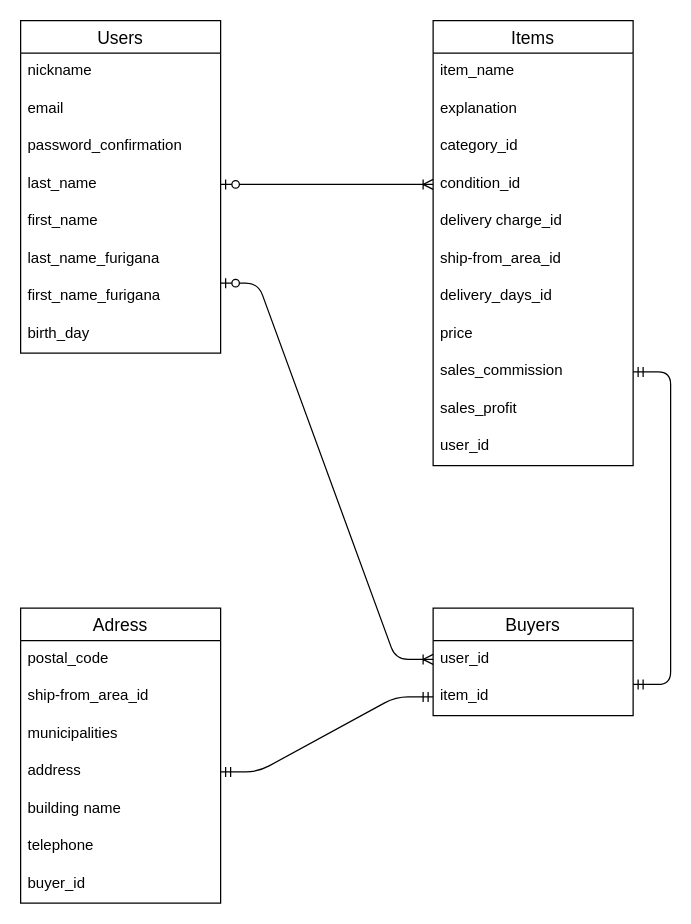
This is test.dio from yokomixi1031/furima-37214, a draw.io file, before an edit. Source tidied: cells renumbered, new cells numbered last; positions are measured from the earlier drawing's top-left corner, leaving out a move shared by most shapes. Both pictures are drawn from the tidied source at 125%, with x=0, y=0 at pixel (20, 20).
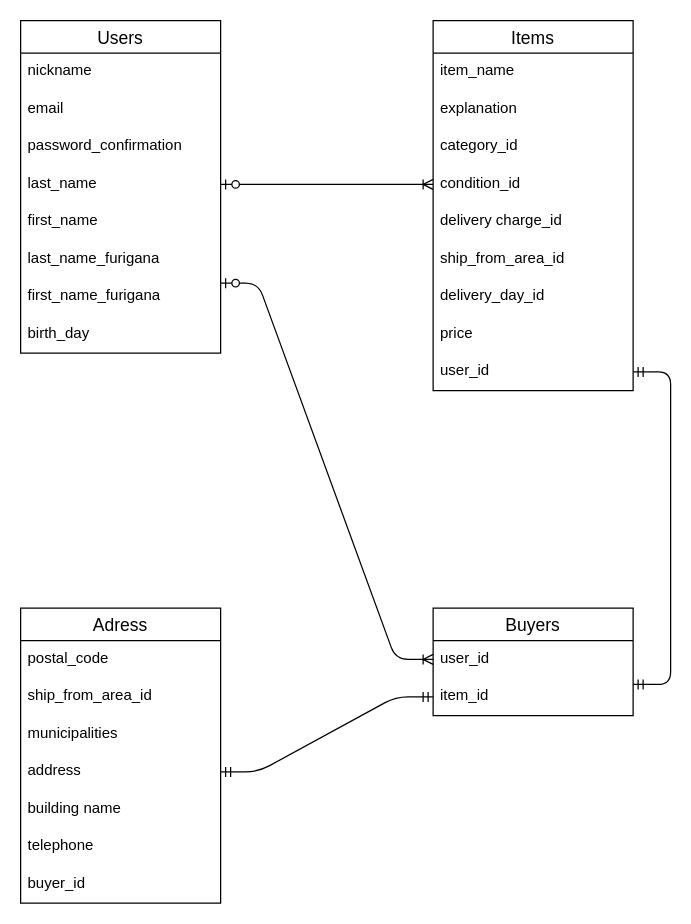
Above is the later version.

The change refers to these unchanged cells:
```xml
<mxCell id="23" value="Adress" style="swimlane;fontStyle=0;horizontal=1;startSize=26;align=center;fontSize=14;" parent="1" vertex="1">
  <mxGeometry y="470" width="160" height="236" as="geometry" />
</mxCell>
```

The edit, as a diff of the source:
```diff
@@
     <mxCell id="11" value="Items" style="swimlane;fontStyle=0;horizontal=1;startSize=26;align=center;fontSize=14;" parent="1" vertex="1">
-      <mxGeometry x="330" width="160" height="356" as="geometry" />
+      <mxGeometry x="330" width="160" height="296" as="geometry" />
     </mxCell>
@@
-    <mxCell id="17" value="ship-from_area_id" style="text;strokeColor=none;fillColor=none;spacingLeft=4;spacingRight=4;overflow=hidden;fontSize=12;" parent="11" vertex="1">
+    <mxCell id="17" value="ship_from_area_id" style="text;strokeColor=none;fillColor=none;spacingLeft=4;spacingRight=4;overflow=hidden;fontSize=12;" parent="11" vertex="1">
       <mxGeometry y="176" width="160" height="30" as="geometry" />
     </mxCell>
-    <mxCell id="18" value="delivery_days_id" style="text;strokeColor=none;fillColor=none;spacingLeft=4;spacingRight=4;overflow=hidden;fontSize=12;" parent="11" vertex="1">
+    <mxCell id="18" value="delivery_day_id" style="text;strokeColor=none;fillColor=none;spacingLeft=4;spacingRight=4;overflow=hidden;fontSize=12;" parent="11" vertex="1">
       <mxGeometry y="206" width="160" height="30" as="geometry" />
     </mxCell>
@@
-    <mxCell id="20" value="sales_commission" style="text;strokeColor=none;fillColor=none;spacingLeft=4;spacingRight=4;overflow=hidden;points=[[0,0.5],[1,0.5]];portConstraint=eastwest;fontSize=12;" parent="11" vertex="1">
-      <mxGeometry y="266" width="160" height="30" as="geometry" />
-    </mxCell>
-    <mxCell id="21" value="sales_profit" style="text;strokeColor=none;fillColor=none;spacingLeft=4;spacingRight=4;overflow=hidden;fontSize=12;" parent="11" vertex="1">
-      <mxGeometry y="296" width="160" height="30" as="geometry" />
-    </mxCell>
     <mxCell id="22" value="user_id" style="text;strokeColor=none;fillColor=none;spacingLeft=4;spacingRight=4;overflow=hidden;points=[[0,0.5],[1,0.5]];portConstraint=eastwest;fontSize=12;" parent="11" vertex="1">
-      <mxGeometry y="326" width="160" height="30" as="geometry" />
+      <mxGeometry y="266" width="160" height="30" as="geometry" />
     </mxCell>
@@
-    <mxCell id="25" value="ship-from_area_id" style="text;strokeColor=none;fillColor=none;spacingLeft=4;spacingRight=4;overflow=hidden;fontSize=12;" parent="23" vertex="1">
+    <mxCell id="25" value="ship_from_area_id" style="text;strokeColor=none;fillColor=none;spacingLeft=4;spacingRight=4;overflow=hidden;fontSize=12;" parent="23" vertex="1">
       <mxGeometry y="56" width="160" height="30" as="geometry" />
     </mxCell>
@@
-    <mxCell id="36" style="edgeStyle=entityRelationEdgeStyle;fontSize=12;html=1;endArrow=ERmandOne;startArrow=ERmandOne;elbow=vertical;entryX=1;entryY=0.5;entryDx=0;entryDy=0;" parent="1" edge="1" target="20">
+    <mxCell id="36" style="edgeStyle=entityRelationEdgeStyle;fontSize=12;html=1;endArrow=ERmandOne;startArrow=ERmandOne;elbow=vertical;" parent="1" edge="1" target="22">
       <mxGeometry relative="1" as="geometry">
         <mxPoint x="490" y="531" as="sourcePoint" />
       </mxGeometry>
     </mxCell>
```
